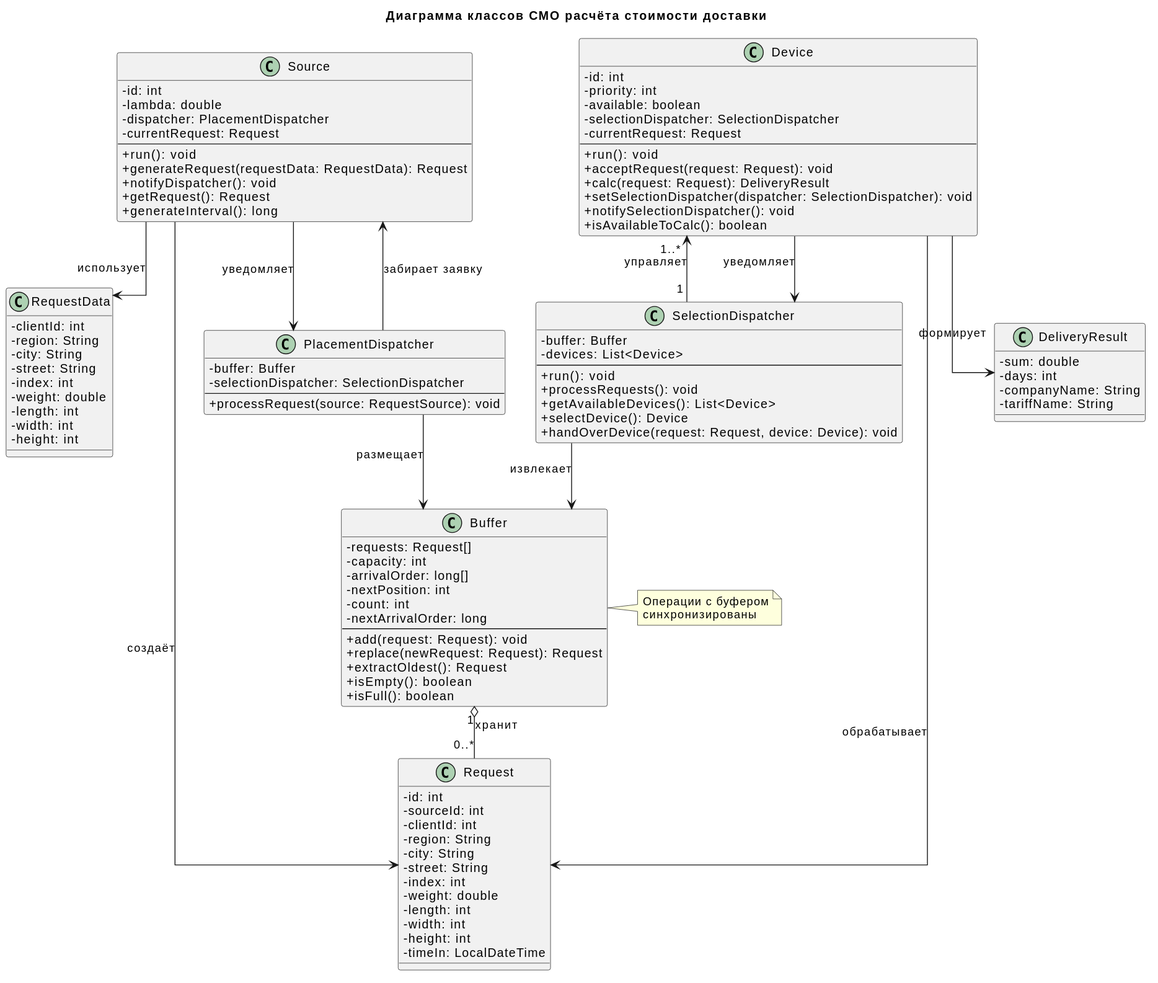
vitsh1/delivery-service-simulation keeps this PlantUML diagram as docs/class-diagrams/class.svg. Above is the earlier version.
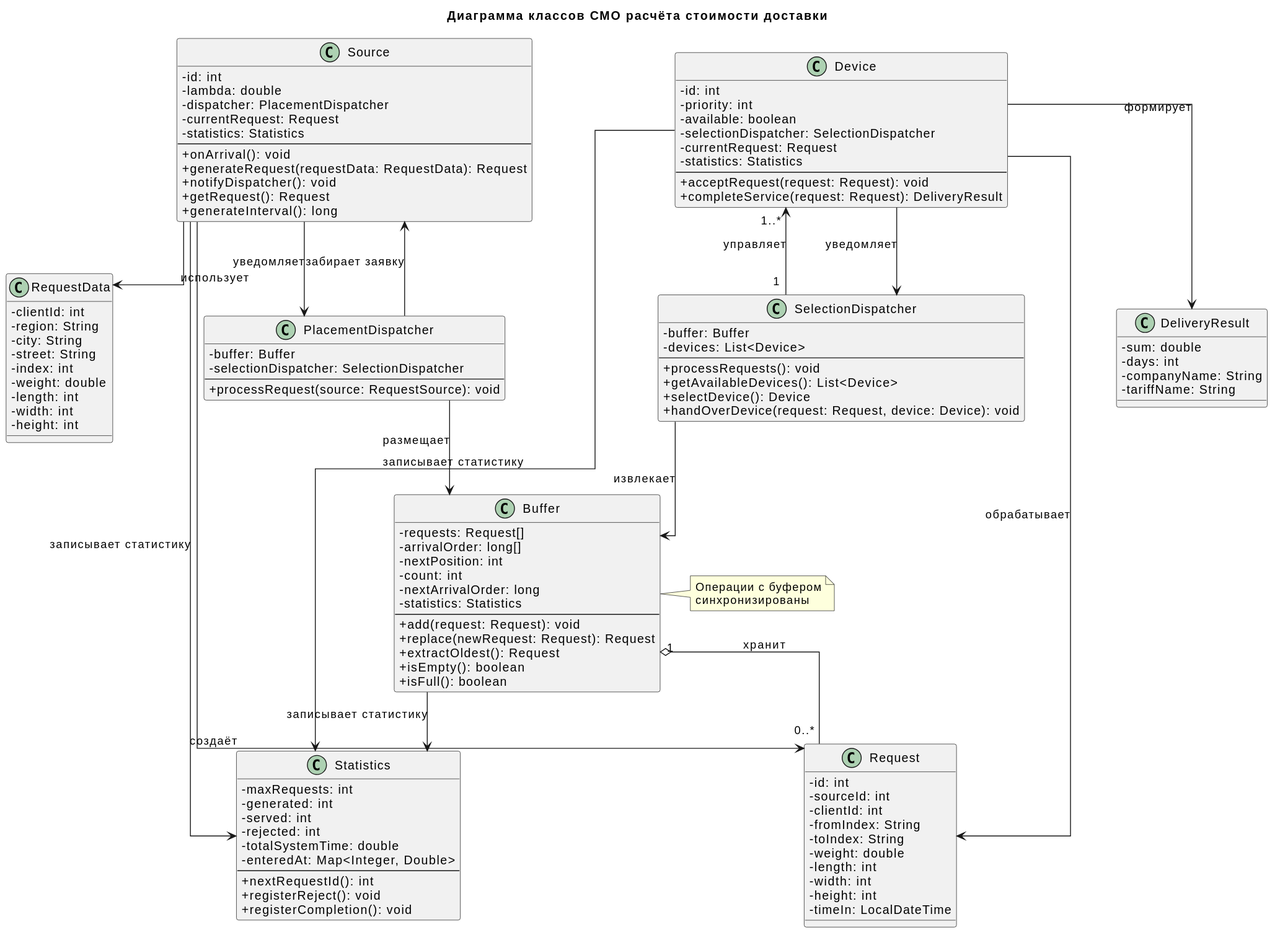
After the change.

Commit message:
changed class diagram

Change to the diagram source:
```diff
@@ -9,8 +9,9 @@
   - lambda: double
   - dispatcher: PlacementDispatcher
   - currentRequest: Request
+  - statistics: Statistics
   --
-  + run(): void
+  + onArrival(): void
   + generateRequest(requestData: RequestData): Request
   + notifyDispatcher(): void
   + getRequest(): Request
@@ -33,10 +34,8 @@
   - id: int
   - sourceId: int
   - clientId: int
-  - region: String
-  - city: String
-  - street: String
-  - index: int
+  - fromIndex: String
+  - toIndex: String
   - weight: double
   - length: int
   - width: int
@@ -53,11 +52,11 @@
 
 class Buffer {
   - requests: Request[]
-  - capacity: int
   - arrivalOrder: long[]
   - nextPosition: int
   - count: int
   - nextArrivalOrder: long
+  - statistics: Statistics
   --
   + add(request: Request): void
   + replace(newRequest: Request): Request
@@ -74,7 +73,6 @@
   - buffer: Buffer
   - devices: List<Device>
   --
-  + run(): void
   + processRequests(): void
   + getAvailableDevices(): List<Device>
   + selectDevice(): Device
@@ -87,13 +85,10 @@
   - available: boolean
   - selectionDispatcher: SelectionDispatcher
   - currentRequest: Request
+  - statistics: Statistics
   --
-  + run(): void
   + acceptRequest(request: Request): void
-  + calc(request: Request): DeliveryResult
-  + setSelectionDispatcher(dispatcher: SelectionDispatcher): void
-  + notifySelectionDispatcher(): void
-  + isAvailableToCalc(): boolean
+  + completeService(request: Request): DeliveryResult
 }
 
 class DeliveryResult {
@@ -101,6 +96,20 @@
   - days: int
   - companyName: String
   - tariffName: String
+}
+
+
+class Statistics {
+    - maxRequests: int
+    - generated: int
+    - served: int
+    - rejected: int
+    - totalSystemTime: double
+    - enteredAt: Map<Integer, Double>
+    --
+    + nextRequestId(): int
+    + registerReject(): void
+    + registerCompletion(): void
 }
 
 Source --> PlacementDispatcher : уведомляет
@@ -119,4 +128,8 @@
 Device --> SelectionDispatcher : уведомляет
 Device --> Request : обрабатывает
 Device --> DeliveryResult : формирует
+
+Source --> Statistics : записывает статистику
+Buffer --> Statistics : записывает статистику
+Device --> Statistics : записывает статистику
 @enduml
```
